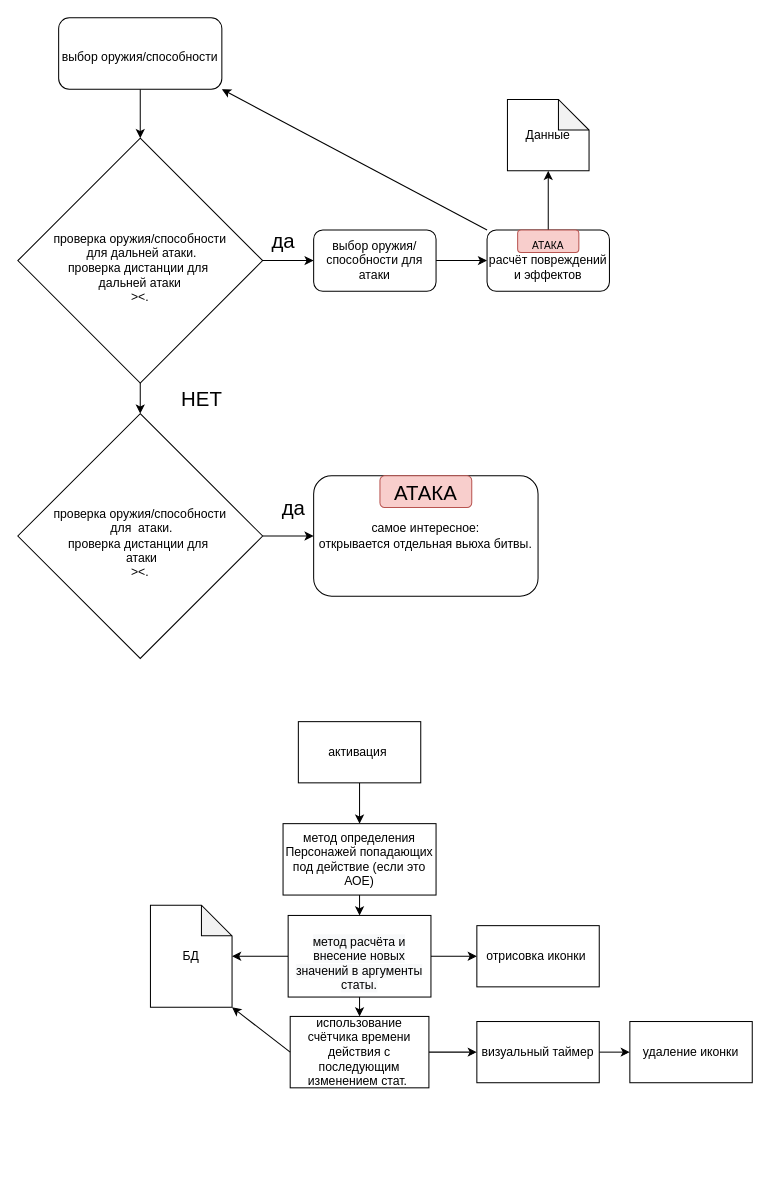
Before: page "Боевая модель" (6 of 14) of Architecture.drawio in PhoenixVRN/Mafia, a draw.io diagram. Source tidied: cells renumbered, new cells numbered last; positions are measured from the earlier drawing's top-left corner, leaving out a move shared by most shapes. Both pictures are drawn from the tidied source at 102%, with x=0, y=0 at pixel (17, 17).
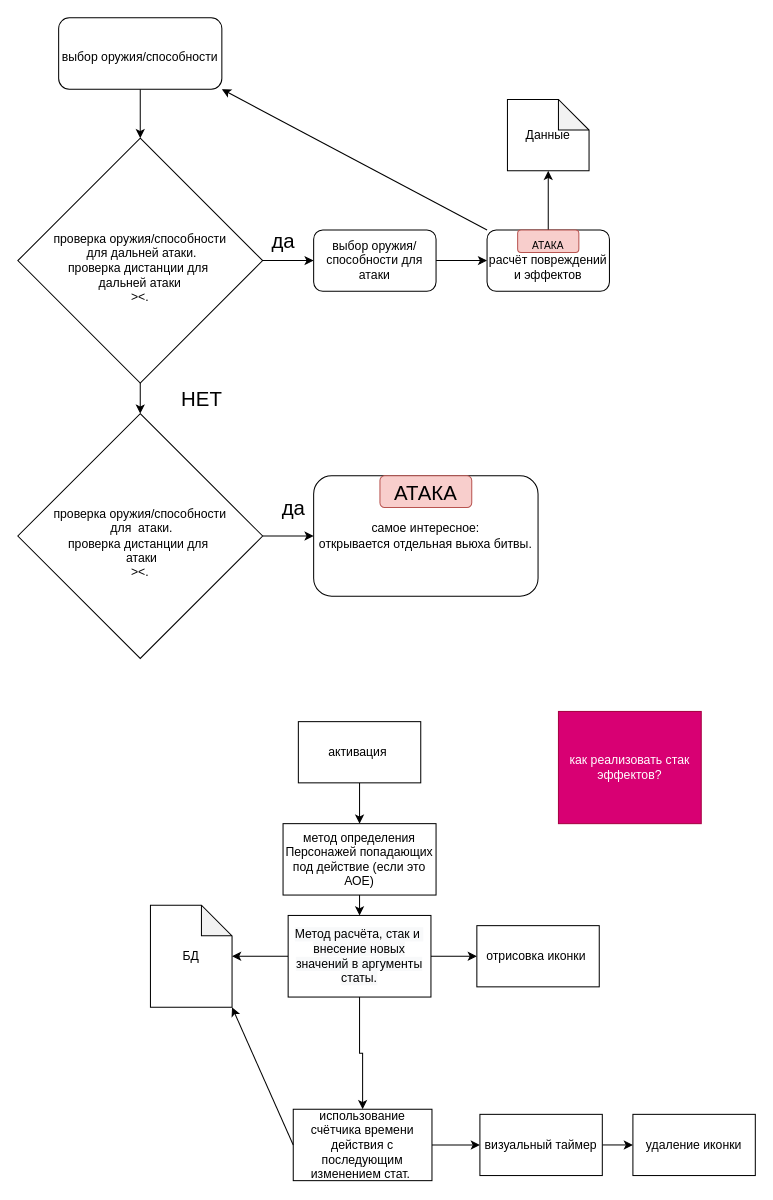
Above is the later version.

Change to the diagram source:
```diff
@@
-    <mxCell id="27" style="edgeStyle=orthogonalEdgeStyle;rounded=0;jettySize=auto;html=1;exitX=0.5;exitY=1;exitDx=0;exitDy=0;entryX=0.5;entryY=0;entryDx=0;entryDy=0;fontSize=12;" parent="1" edge="1" source="28" target="32">
+    <mxCell id="27" style="edgeStyle=orthogonalEdgeStyle;rounded=0;jettySize=auto;html=1;exitX=0.5;exitY=1;exitDx=0;exitDy=0;entryX=0.5;entryY=0;entryDx=0;entryDy=0;" parent="1" edge="1" source="28" target="32">
       <mxGeometry relative="1" as="geometry" />
     </mxCell>
-    <mxCell id="28" value="&lt;br&gt;&lt;br&gt;&lt;span style=&quot;color: rgb(0 , 0 , 0) ; font-family: &amp;#34;helvetica&amp;#34; ; font-size: 12px ; font-style: normal ; font-weight: 400 ; letter-spacing: normal ; text-align: center ; text-indent: 0px ; text-transform: none ; word-spacing: 0px ; background-color: rgb(248 , 249 , 250) ; display: inline ; float: none&quot;&gt;метод расчёта и внесение новых значений в аргументы статы.&lt;/span&gt;&lt;br style=&quot;color: rgb(0 , 0 , 0) ; font-family: &amp;#34;helvetica&amp;#34; ; font-size: 12px ; font-style: normal ; font-weight: 400 ; letter-spacing: normal ; text-align: center ; text-indent: 0px ; text-transform: none ; word-spacing: 0px ; background-color: rgb(248 , 249 , 250)&quot;&gt;&lt;br&gt;" style="rounded=0;whiteSpace=wrap;html=1;fontSize=12;" parent="1" vertex="1">
+    <mxCell id="28" value="&lt;span style=&quot;color: rgb(0 , 0 , 0) ; font-family: &amp;#34;helvetica&amp;#34; ; font-size: 12px ; font-style: normal ; font-weight: 400 ; letter-spacing: normal ; text-align: center ; text-indent: 0px ; text-transform: none ; word-spacing: 0px ; background-color: rgb(248 , 249 , 250) ; display: inline ; float: none&quot;&gt;Метод расчёта, стак и&amp;nbsp; внесение новых значений в аргументы статы.&lt;/span&gt;" style="rounded=0;whiteSpace=wrap;html=1;fontSize=12;" parent="1" vertex="1">
       <mxGeometry x="265" y="880" width="140" height="80" as="geometry" />
     </mxCell>
@@
     <mxCell id="32" value="&lt;font style=&quot;font-size: 12px&quot;&gt;использование счётчика времени действия с последующим изменением стат.&amp;nbsp;&lt;/font&gt;" style="rounded=0;whiteSpace=wrap;html=1;fontSize=12;" parent="1" vertex="1">
-      <mxGeometry x="267" y="979" width="136" height="70" as="geometry" />
+      <mxGeometry x="270" y="1070" width="136" height="70" as="geometry" />
     </mxCell>
@@
     <mxCell id="34" value="визуальный таймер" style="rounded=0;whiteSpace=wrap;html=1;fontSize=12;" parent="1" vertex="1">
-      <mxGeometry x="450" y="984" width="120" height="60" as="geometry" />
+      <mxGeometry x="453" y="1075" width="120" height="60" as="geometry" />
     </mxCell>
@@
     <mxCell id="36" value="удаление иконки" style="rounded=0;whiteSpace=wrap;html=1;" parent="1" vertex="1">
-      <mxGeometry x="600" y="984" width="120" height="60" as="geometry" />
+      <mxGeometry x="603" y="1075" width="120" height="60" as="geometry" />
     </mxCell>
+    <mxCell id="37" value="как реализовать стак эффектов?" style="rounded=0;whiteSpace=wrap;html=1;fillColor=#d80073;strokeColor=#A50040;fontColor=#ffffff;" parent="1" vertex="1">
+      <mxGeometry x="530" y="680" width="140" height="110" as="geometry" />
+    </mxCell>
```
